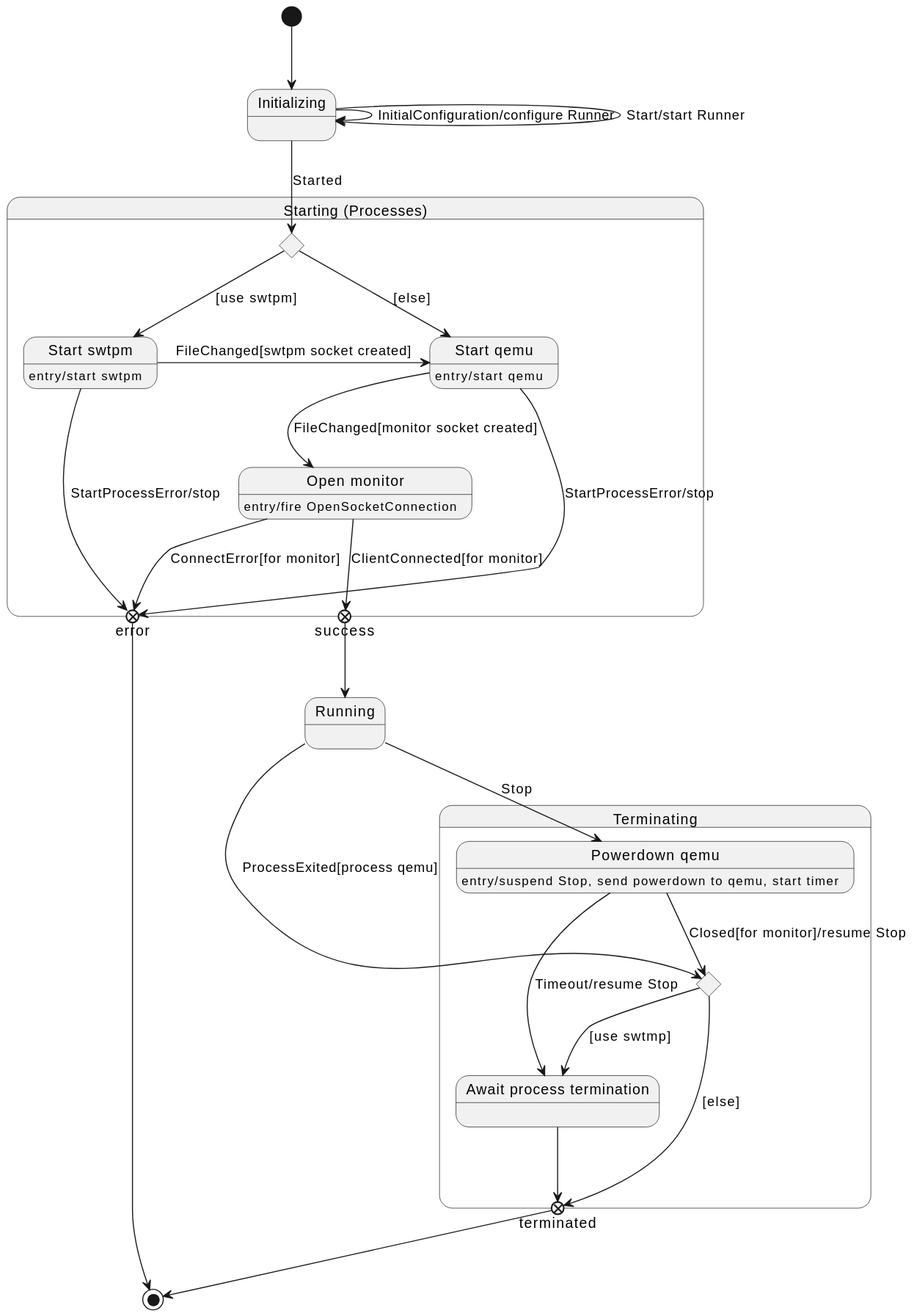
mnlipp/VM-Operator keeps this PlantUML diagram as latest-release/javadoc/org/jdrupes/vmoperator/runner/qemu/RunnerStates.svg. Above is the earlier version.
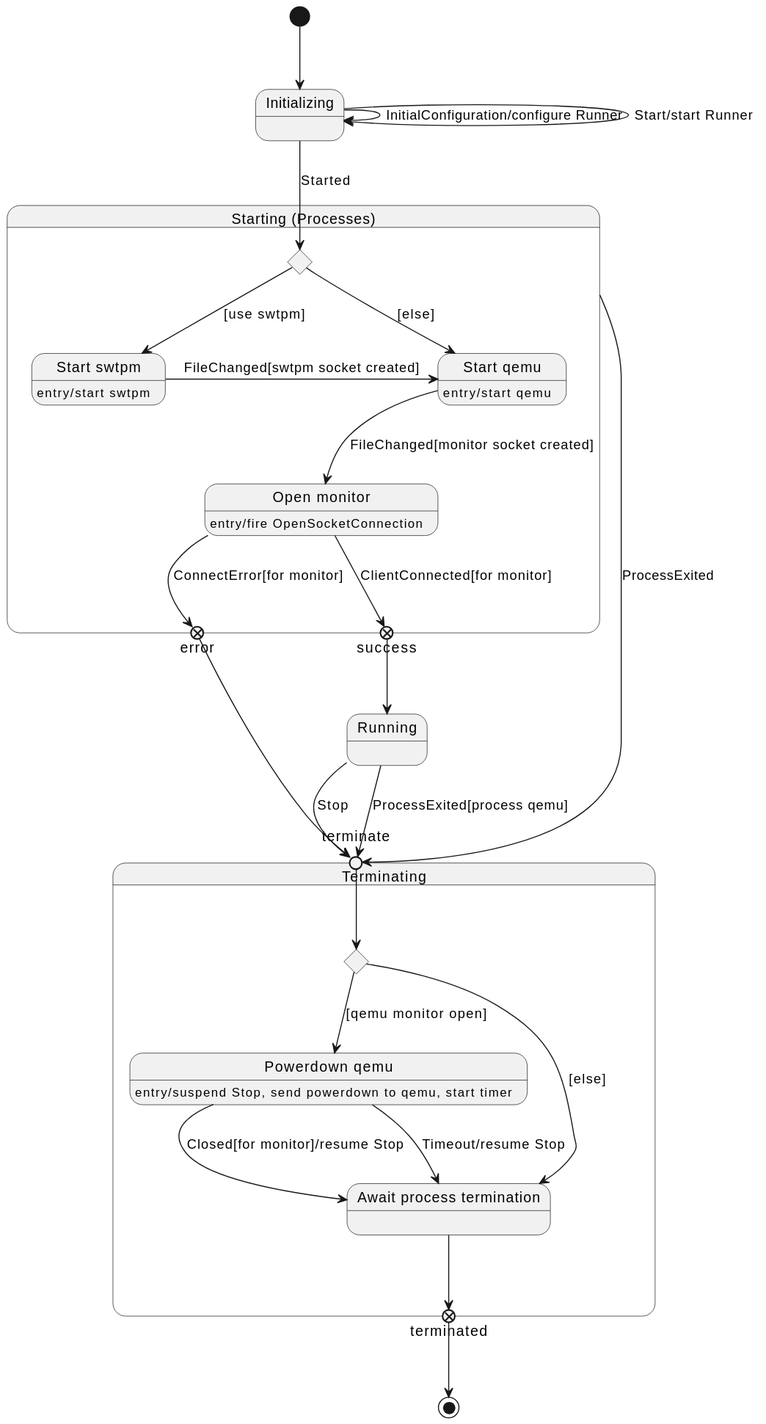
The same diagram one commit later.

Change to the diagram source:
```diff
@@ -16,11 +16,9 @@
      which --> qemu: [else]
 
      swtpm: entry/start swtpm
-     swtpm -> error: StartProcessError/stop
      swtpm -> qemu: FileChanged[swtpm socket created]
 
      qemu: entry/start qemu
-     qemu -> error: StartProcessError/stop
      qemu --> monitor : FileChanged[monitor socket created]
 
      monitor: entry/fire OpenSocketConnection
@@ -31,25 +29,30 @@
  Initializing --> which: Started
 
  success --> Running
- error --> [*]
 
  state Terminating {
+     state terminate <<entryPoint>>
+     state qemuRunning <<choice>>
      state terminated <<exitPoint>>
-     state which2 <<choice>>
-
      state "Powerdown qemu" as qemuPowerdown
      state "Await process termination" as terminateProcesses
+
+     terminate --> qemuRunning
+     qemuRunning --> qemuPowerdown:[qemu monitor open]
+     qemuRunning --> terminateProcesses:[else]
+
      qemuPowerdown: entry/suspend Stop, send powerdown to qemu, start timer
 
-     qemuPowerdown --> which2: Closed[for monitor]/resume Stop
+     qemuPowerdown --> terminateProcesses: Closed[for monitor]/resume Stop
      qemuPowerdown --> terminateProcesses: Timeout/resume Stop
-     which2 --> terminateProcesses: [use swtmp]
-     which2 --> terminated: [else]
      terminateProcesses --> terminated
  }
 
- Running --> qemuPowerdown: Stop
- Running --> which2: ProcessExited[process qemu]
+ Running --> terminate: Stop
+ Running --> terminate: ProcessExited[process qemu]
+ error --> terminate
+ StartingProcess --> terminate: ProcessExited
+
 
  terminated --> [*]
 @enduml
```
